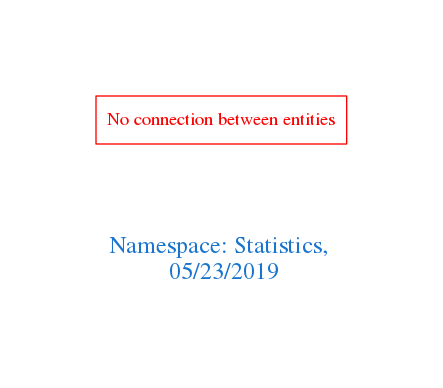
Earlier version of the Graphviz export downloads/Statistics.png (arago/OGIT). Its source is kept beside it as downloads/Statistics.dot. Source of this version:
```dot
digraph OGIT_ontology {
 graph [ rankdir= LR,pad=1
fontsize = 18,
fontcolor= dodgerblue3,label = "\n\n\nNamespace: Statistics, \n 05/23/2019"];
node[shape=polygon];
edge [  color="gray81"];

"No connection between entities" [fontcolor = "red",color="red", shape="polygon"]
}
```
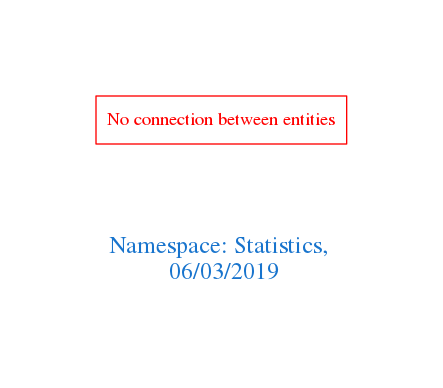
After the change.

What changed in the source:
```diff
@@ -1,7 +1,7 @@
 digraph OGIT_ontology {
  graph [ rankdir= LR,pad=1
 fontsize = 18,
-fontcolor= dodgerblue3,label = "\n\n\nNamespace: Statistics, \n 05/23/2019"];
+fontcolor= dodgerblue3,label = "\n\n\nNamespace: Statistics, \n 06/03/2019"];
 node[shape=polygon];
 edge [  color="gray81"];
 
```
